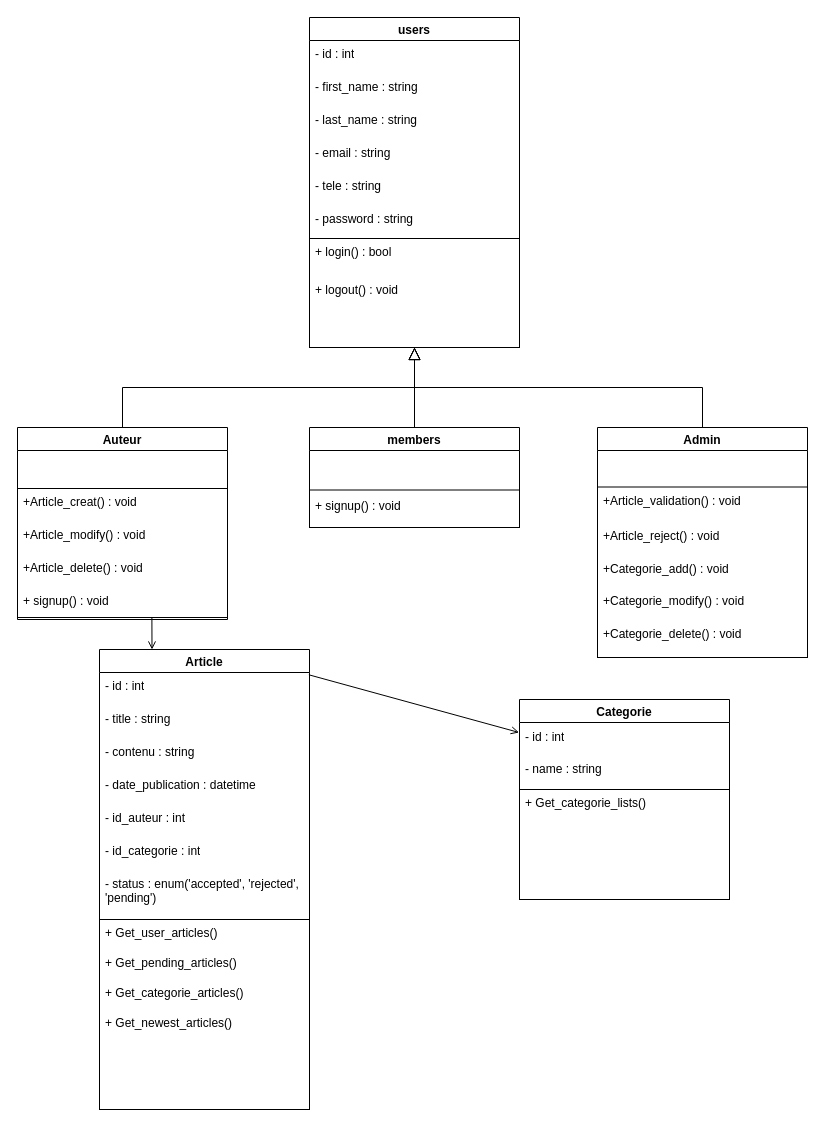
Before: UML/diagram_de_classe.drawio in Abderrahman-Ahouari/brief-9-culture-sharing-platform, a draw.io diagram. Source tidied: cells renumbered, new cells numbered last; positions are measured from the earlier drawing's top-left corner, leaving out a move shared by most shapes. Both pictures are drawn from the tidied source at 100%, with x=0, y=0 at pixel (17, 17).
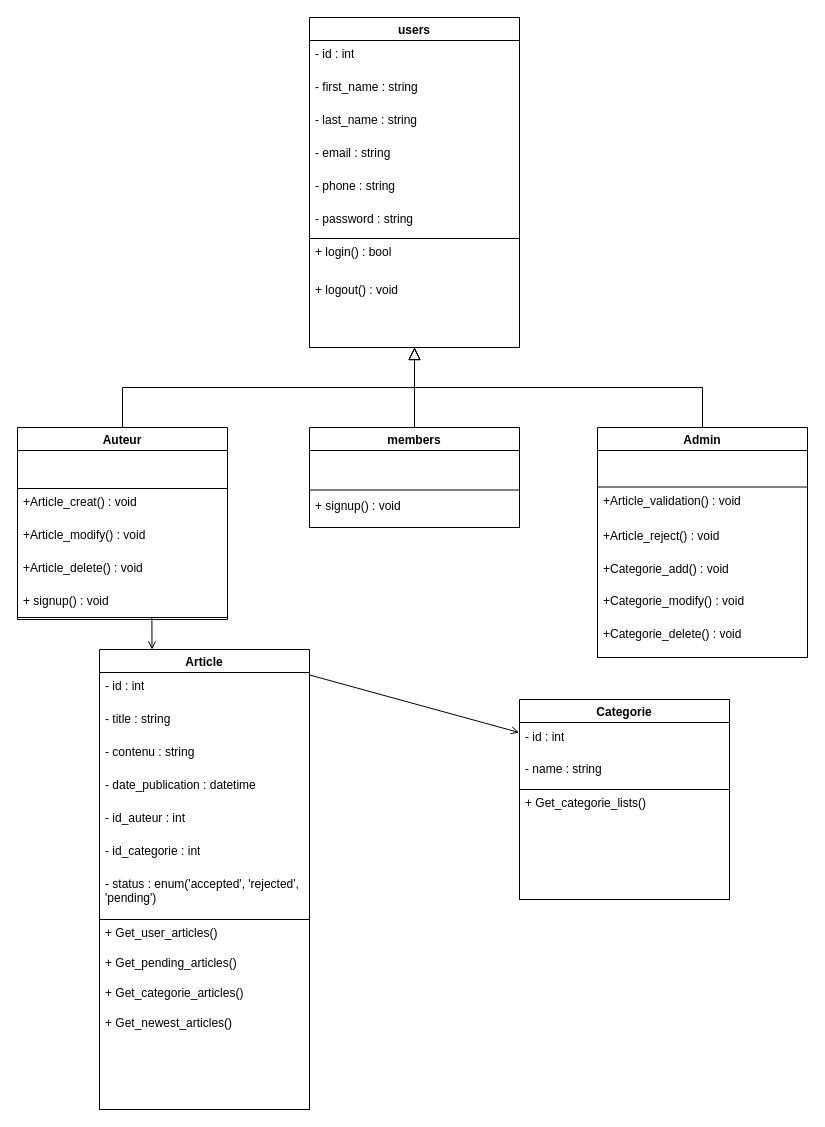
The same page after the edit.

Commit message (it also covers changes not shown here):
i created the connection classe and now i am going to test it

Unchanged cells that the change refers to:
```xml
<mxCell id="2" value="users" style="swimlane;" parent="1" vertex="1">
  <mxGeometry x="292" width="210" height="330" as="geometry" />
</mxCell>
```

What changed in the source:
```diff
@@
-    <mxCell id="7" value="- tele : string" style="text;strokeColor=none;fillColor=none;align=left;verticalAlign=top;spacingLeft=4;spacingRight=4;overflow=hidden;whiteSpace=wrap;html=1;" parent="2" vertex="1">
+    <mxCell id="7" value="- phone : string" style="text;strokeColor=none;fillColor=none;align=left;verticalAlign=top;spacingLeft=4;spacingRight=4;overflow=hidden;whiteSpace=wrap;html=1;" parent="2" vertex="1">
       <mxGeometry y="155" width="210" height="33" as="geometry" />
     </mxCell>
```
